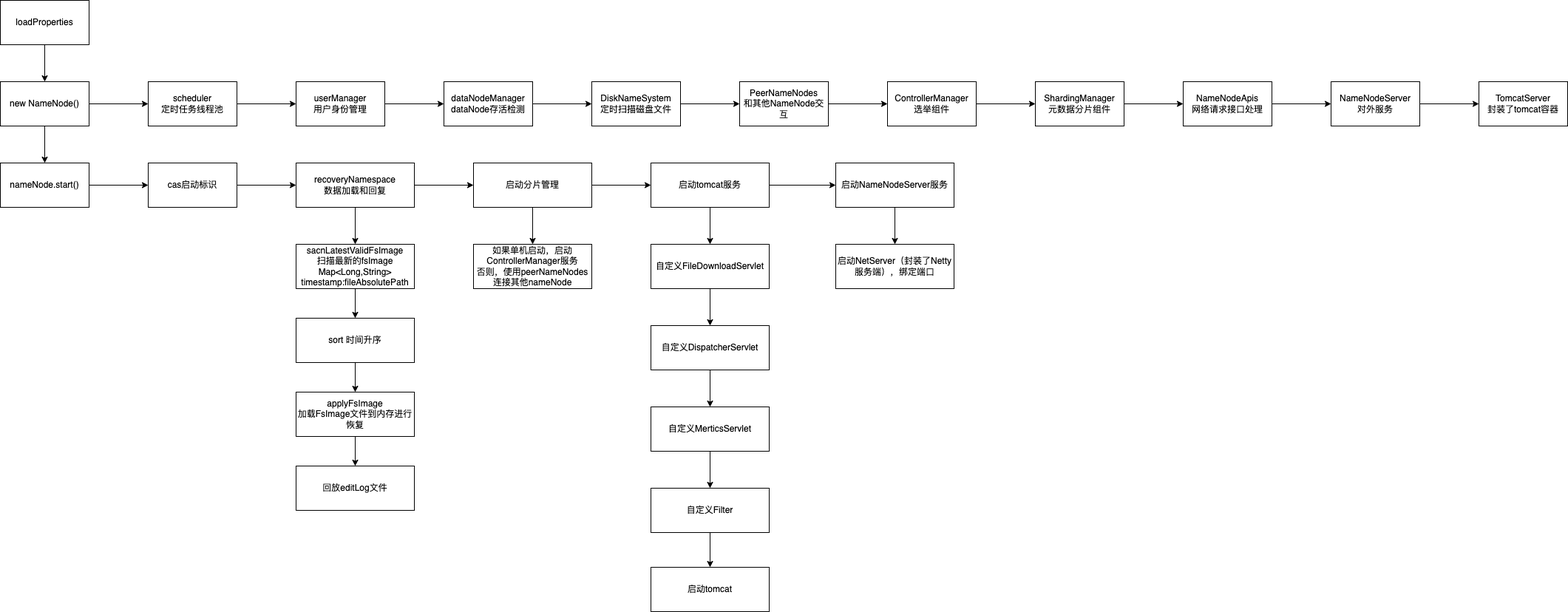
The draw.io diagram md/img/frame/spring-beanFactory.drawio.png in liufeng82012016/liufeng.github.io, before a commit. Source tidied: cells renumbered, new cells last; positions are measured from the earlier drawing's top-left corner, leaving out a move shared by most shapes. Source of this version:
```xml
<mxGraphModel>
  <root>
    <mxCell id="0" />
    <mxCell id="1" parent="0" />
    <mxCell id="2" value="loadProperties" style="rounded=0;whiteSpace=wrap;html=1;" parent="1" vertex="1">
      <mxGeometry width="120" height="60" as="geometry" />
    </mxCell>
    <mxCell id="3" value="new NameNode()" style="rounded=0;whiteSpace=wrap;html=1;" parent="1" vertex="1">
      <mxGeometry y="110" width="120" height="60" as="geometry" />
    </mxCell>
    <mxCell id="4" value="nameNode.start()" style="rounded=0;whiteSpace=wrap;html=1;" parent="1" vertex="1">
      <mxGeometry y="220" width="120" height="60" as="geometry" />
    </mxCell>
    <mxCell id="5" value="scheduler&lt;br&gt;定时任务线程池" style="rounded=0;whiteSpace=wrap;html=1;" parent="1" vertex="1">
      <mxGeometry x="200" y="110" width="120" height="60" as="geometry" />
    </mxCell>
    <mxCell id="6" value="userManager&lt;br&gt;用户身份管理" style="rounded=0;whiteSpace=wrap;html=1;" parent="1" vertex="1">
      <mxGeometry x="400" y="110" width="120" height="60" as="geometry" />
    </mxCell>
    <mxCell id="7" style="endArrow=classic;html=1;rounded=0;entryX=0.5;entryY=0;entryDx=0;entryDy=0;exitX=0.5;exitY=1;exitDx=0;exitDy=0;" parent="1" edge="1" source="2" target="3">
      <mxGeometry relative="1" as="geometry" />
    </mxCell>
    <mxCell id="8" style="endArrow=classic;html=1;rounded=0;entryX=0.5;entryY=0;entryDx=0;entryDy=0;exitX=0.5;exitY=1;exitDx=0;exitDy=0;" parent="1" edge="1" source="3" target="4">
      <mxGeometry relative="1" as="geometry" />
    </mxCell>
    <mxCell id="9" style="endArrow=classic;html=1;rounded=0;entryX=0;entryY=0.5;entryDx=0;entryDy=0;exitX=1;exitY=0.5;exitDx=0;exitDy=0;" parent="1" edge="1" source="3" target="5">
      <mxGeometry relative="1" as="geometry" />
    </mxCell>
    <mxCell id="10" style="endArrow=classic;html=1;rounded=0;entryX=0;entryY=0.5;entryDx=0;entryDy=0;" parent="1" edge="1" target="6">
      <mxGeometry relative="1" as="geometry">
        <mxPoint x="320" y="140" as="sourcePoint" />
      </mxGeometry>
    </mxCell>
    <mxCell id="11" value="dataNodeManager&lt;br&gt;dataNode存活检测" style="rounded=0;whiteSpace=wrap;html=1;" parent="1" vertex="1">
      <mxGeometry x="600" y="110" width="120" height="60" as="geometry" />
    </mxCell>
    <mxCell id="12" value="DiskNameSystem&lt;br&gt;定时扫描磁盘文件" style="rounded=0;whiteSpace=wrap;html=1;" parent="1" vertex="1">
      <mxGeometry x="800" y="110" width="120" height="60" as="geometry" />
    </mxCell>
    <mxCell id="13" value="PeerNameNodes&lt;br&gt;和其他NameNode交互" style="rounded=0;whiteSpace=wrap;html=1;" parent="1" vertex="1">
      <mxGeometry x="1000" y="110" width="120" height="60" as="geometry" />
    </mxCell>
    <mxCell id="14" value="ControllerManager&lt;br&gt;选举组件" style="rounded=0;whiteSpace=wrap;html=1;" parent="1" vertex="1">
      <mxGeometry x="1200" y="110" width="120" height="60" as="geometry" />
    </mxCell>
    <mxCell id="15" value="ShardingManager&lt;br&gt;元数据分片组件" style="rounded=0;whiteSpace=wrap;html=1;" parent="1" vertex="1">
      <mxGeometry x="1400" y="110" width="120" height="60" as="geometry" />
    </mxCell>
    <mxCell id="16" value="NameNodeApis&lt;br&gt;网络请求接口处理" style="rounded=0;whiteSpace=wrap;html=1;" parent="1" vertex="1">
      <mxGeometry x="1600" y="110" width="120" height="60" as="geometry" />
    </mxCell>
    <mxCell id="17" value="NameNodeServer&lt;br&gt;对外服务" style="rounded=0;whiteSpace=wrap;html=1;" parent="1" vertex="1">
      <mxGeometry x="1800" y="110" width="120" height="60" as="geometry" />
    </mxCell>
    <mxCell id="18" value="TomcatServer&lt;br&gt;封装了tomcat容器" style="rounded=0;whiteSpace=wrap;html=1;" parent="1" vertex="1">
      <mxGeometry x="2000" y="110" width="120" height="60" as="geometry" />
    </mxCell>
    <mxCell id="19" style="endArrow=classic;html=1;rounded=0;entryX=0;entryY=0.5;entryDx=0;entryDy=0;exitX=1;exitY=0.5;exitDx=0;exitDy=0;" parent="1" edge="1" source="6" target="11">
      <mxGeometry relative="1" as="geometry" />
    </mxCell>
    <mxCell id="20" style="endArrow=classic;html=1;rounded=0;entryX=0;entryY=0.5;entryDx=0;entryDy=0;exitX=1;exitY=0.5;exitDx=0;exitDy=0;" parent="1" edge="1" source="11" target="12">
      <mxGeometry relative="1" as="geometry" />
    </mxCell>
    <mxCell id="21" style="endArrow=classic;html=1;rounded=0;entryX=0;entryY=0.5;entryDx=0;entryDy=0;exitX=1;exitY=0.5;exitDx=0;exitDy=0;" parent="1" edge="1" source="12" target="13">
      <mxGeometry relative="1" as="geometry" />
    </mxCell>
    <mxCell id="22" style="endArrow=classic;html=1;rounded=0;entryX=0;entryY=0.5;entryDx=0;entryDy=0;exitX=1;exitY=0.5;exitDx=0;exitDy=0;" parent="1" edge="1" source="13" target="14">
      <mxGeometry relative="1" as="geometry" />
    </mxCell>
    <mxCell id="23" style="endArrow=classic;html=1;rounded=0;entryX=0;entryY=0.5;entryDx=0;entryDy=0;exitX=1;exitY=0.5;exitDx=0;exitDy=0;" parent="1" edge="1" source="14" target="15">
      <mxGeometry relative="1" as="geometry" />
    </mxCell>
    <mxCell id="24" style="endArrow=classic;html=1;rounded=0;entryX=0;entryY=0.5;entryDx=0;entryDy=0;exitX=1;exitY=0.5;exitDx=0;exitDy=0;" parent="1" edge="1" source="15" target="16">
      <mxGeometry relative="1" as="geometry" />
    </mxCell>
    <mxCell id="25" style="endArrow=classic;html=1;rounded=0;entryX=0;entryY=0.5;entryDx=0;entryDy=0;exitX=1;exitY=0.5;exitDx=0;exitDy=0;" parent="1" edge="1" source="16" target="17">
      <mxGeometry relative="1" as="geometry" />
    </mxCell>
    <mxCell id="26" style="endArrow=classic;html=1;rounded=0;entryX=0;entryY=0.5;entryDx=0;entryDy=0;exitX=1;exitY=0.5;exitDx=0;exitDy=0;" parent="1" edge="1" source="17" target="18">
      <mxGeometry relative="1" as="geometry" />
    </mxCell>
    <mxCell id="27" value="cas启动标识" style="rounded=0;whiteSpace=wrap;html=1;" parent="1" vertex="1">
      <mxGeometry x="200" y="220" width="120" height="60" as="geometry" />
    </mxCell>
    <mxCell id="28" value="recoveryNamespace&lt;br&gt;数据加载和回复" style="rounded=0;whiteSpace=wrap;html=1;" parent="1" vertex="1">
      <mxGeometry x="400" y="220" width="160" height="60" as="geometry" />
    </mxCell>
    <mxCell id="29" value="sort 时间升序" style="rounded=0;whiteSpace=wrap;html=1;" parent="1" vertex="1">
      <mxGeometry x="400" y="430" width="160" height="60" as="geometry" />
    </mxCell>
    <mxCell id="30" value="sacnLatestValidFsImage&lt;br&gt;扫描最新的fsImage&lt;br&gt;Map&amp;lt;Long,String&amp;gt; timestamp:fileAbsolutePath" style="rounded=0;whiteSpace=wrap;html=1;" parent="1" vertex="1">
      <mxGeometry x="400" y="330" width="160" height="60" as="geometry" />
    </mxCell>
    <mxCell id="31" value="applyFsImage&lt;br&gt;加载FsImage文件到内存进行恢复" style="rounded=0;whiteSpace=wrap;html=1;" parent="1" vertex="1">
      <mxGeometry x="400" y="530" width="160" height="60" as="geometry" />
    </mxCell>
    <mxCell id="32" value="回放editLog文件" style="rounded=0;whiteSpace=wrap;html=1;" parent="1" vertex="1">
      <mxGeometry x="400" y="630" width="160" height="60" as="geometry" />
    </mxCell>
    <mxCell id="33" value="启动分片管理" style="rounded=0;whiteSpace=wrap;html=1;" parent="1" vertex="1">
      <mxGeometry x="640" y="220" width="160" height="60" as="geometry" />
    </mxCell>
    <mxCell id="34" value="如果单机启动，启动ControllerManager服务&lt;br&gt;否则，使用peerNameNodes连接其他nameNode" style="rounded=0;whiteSpace=wrap;html=1;" parent="1" vertex="1">
      <mxGeometry x="640" y="330" width="160" height="60" as="geometry" />
    </mxCell>
    <mxCell id="35" value="启动tomcat服务" style="rounded=0;whiteSpace=wrap;html=1;" parent="1" vertex="1">
      <mxGeometry x="880" y="220" width="160" height="60" as="geometry" />
    </mxCell>
    <mxCell id="36" value="启动NameNodeServer服务" style="rounded=0;whiteSpace=wrap;html=1;" parent="1" vertex="1">
      <mxGeometry x="1130" y="220" width="160" height="60" as="geometry" />
    </mxCell>
    <mxCell id="37" value="启动NetServer（封装了Netty服务端），绑定端口" style="rounded=0;whiteSpace=wrap;html=1;" parent="1" vertex="1">
      <mxGeometry x="1130" y="330" width="160" height="60" as="geometry" />
    </mxCell>
    <mxCell id="38" style="endArrow=classic;html=1;rounded=0;entryX=0;entryY=0.5;entryDx=0;entryDy=0;exitX=1;exitY=0.5;exitDx=0;exitDy=0;" parent="1" edge="1" source="4" target="27">
      <mxGeometry relative="1" as="geometry" />
    </mxCell>
    <mxCell id="39" style="endArrow=classic;html=1;rounded=0;entryX=0;entryY=0.5;entryDx=0;entryDy=0;exitX=1;exitY=0.5;exitDx=0;exitDy=0;" parent="1" edge="1" source="27" target="28">
      <mxGeometry relative="1" as="geometry" />
    </mxCell>
    <mxCell id="40" style="endArrow=classic;html=1;rounded=0;entryX=0;entryY=0.5;entryDx=0;entryDy=0;exitX=1;exitY=0.5;exitDx=0;exitDy=0;" parent="1" edge="1" source="28" target="33">
      <mxGeometry relative="1" as="geometry" />
    </mxCell>
    <mxCell id="41" style="endArrow=classic;html=1;rounded=0;entryX=0;entryY=0.5;entryDx=0;entryDy=0;exitX=1;exitY=0.5;exitDx=0;exitDy=0;" parent="1" edge="1" source="33" target="35">
      <mxGeometry relative="1" as="geometry" />
    </mxCell>
    <mxCell id="42" style="endArrow=classic;html=1;rounded=0;entryX=0;entryY=0.5;entryDx=0;entryDy=0;exitX=1;exitY=0.5;exitDx=0;exitDy=0;" parent="1" edge="1" source="35" target="36">
      <mxGeometry relative="1" as="geometry" />
    </mxCell>
    <mxCell id="43" style="endArrow=classic;html=1;rounded=0;entryX=0.5;entryY=0;entryDx=0;entryDy=0;exitX=0.5;exitY=1;exitDx=0;exitDy=0;" parent="1" edge="1" source="36" target="37">
      <mxGeometry relative="1" as="geometry" />
    </mxCell>
    <mxCell id="44" style="endArrow=classic;html=1;rounded=0;entryX=0.5;entryY=0;entryDx=0;entryDy=0;exitX=0.5;exitY=1;exitDx=0;exitDy=0;" parent="1" edge="1" source="28" target="30">
      <mxGeometry relative="1" as="geometry" />
    </mxCell>
    <mxCell id="45" style="endArrow=classic;html=1;rounded=0;entryX=0.5;entryY=0;entryDx=0;entryDy=0;exitX=0.5;exitY=1;exitDx=0;exitDy=0;" parent="1" edge="1" source="30" target="29">
      <mxGeometry relative="1" as="geometry" />
    </mxCell>
    <mxCell id="46" style="endArrow=classic;html=1;rounded=0;entryX=0.5;entryY=0;entryDx=0;entryDy=0;exitX=0.5;exitY=1;exitDx=0;exitDy=0;" parent="1" edge="1" source="29" target="31">
      <mxGeometry relative="1" as="geometry" />
    </mxCell>
    <mxCell id="47" style="endArrow=classic;html=1;rounded=0;entryX=0.5;entryY=0;entryDx=0;entryDy=0;" parent="1" edge="1" target="32">
      <mxGeometry relative="1" as="geometry">
        <mxPoint x="480" y="590" as="sourcePoint" />
      </mxGeometry>
    </mxCell>
    <mxCell id="48" style="endArrow=classic;html=1;rounded=0;entryX=0.5;entryY=0;entryDx=0;entryDy=0;exitX=0.5;exitY=1;exitDx=0;exitDy=0;" parent="1" edge="1" source="33" target="34">
      <mxGeometry relative="1" as="geometry" />
    </mxCell>
    <mxCell id="49" value="自定义FileDownloadServlet" style="rounded=0;whiteSpace=wrap;html=1;" parent="1" vertex="1">
      <mxGeometry x="880" y="330" width="160" height="60" as="geometry" />
    </mxCell>
    <mxCell id="50" value="自定义DispatcherServlet" style="rounded=0;whiteSpace=wrap;html=1;" parent="1" vertex="1">
      <mxGeometry x="880" y="440" width="160" height="60" as="geometry" />
    </mxCell>
    <mxCell id="51" value="自定义MerticsServlet" style="rounded=0;whiteSpace=wrap;html=1;" parent="1" vertex="1">
      <mxGeometry x="880" y="550" width="160" height="60" as="geometry" />
    </mxCell>
    <mxCell id="52" value="自定义Filter" style="rounded=0;whiteSpace=wrap;html=1;" parent="1" vertex="1">
      <mxGeometry x="880" y="660" width="160" height="60" as="geometry" />
    </mxCell>
    <mxCell id="53" value="启动tomcat" style="rounded=0;whiteSpace=wrap;html=1;" parent="1" vertex="1">
      <mxGeometry x="880" y="767" width="160" height="60" as="geometry" />
    </mxCell>
    <mxCell id="54" style="endArrow=classic;html=1;rounded=0;entryX=0.5;entryY=0;entryDx=0;entryDy=0;exitX=0.5;exitY=1;exitDx=0;exitDy=0;" parent="1" edge="1" source="35" target="49">
      <mxGeometry relative="1" as="geometry" />
    </mxCell>
    <mxCell id="55" style="endArrow=classic;html=1;rounded=0;entryX=0.5;entryY=0;entryDx=0;entryDy=0;exitX=0.5;exitY=1;exitDx=0;exitDy=0;" parent="1" edge="1" source="49" target="50">
      <mxGeometry relative="1" as="geometry" />
    </mxCell>
    <mxCell id="56" style="endArrow=classic;html=1;rounded=0;entryX=0.5;entryY=0;entryDx=0;entryDy=0;" parent="1" edge="1" target="51">
      <mxGeometry relative="1" as="geometry">
        <mxPoint x="960" y="500" as="sourcePoint" />
      </mxGeometry>
    </mxCell>
    <mxCell id="57" style="endArrow=classic;html=1;rounded=0;entryX=0.5;entryY=0;entryDx=0;entryDy=0;" parent="1" edge="1" target="52">
      <mxGeometry relative="1" as="geometry">
        <mxPoint x="960" y="610" as="sourcePoint" />
      </mxGeometry>
    </mxCell>
    <mxCell id="58" style="endArrow=classic;html=1;rounded=0;entryX=0.5;entryY=0;entryDx=0;entryDy=0;exitX=0.5;exitY=1;exitDx=0;exitDy=0;" parent="1" edge="1" source="52" target="53">
      <mxGeometry relative="1" as="geometry" />
    </mxCell>
  </root>
</mxGraphModel>
```
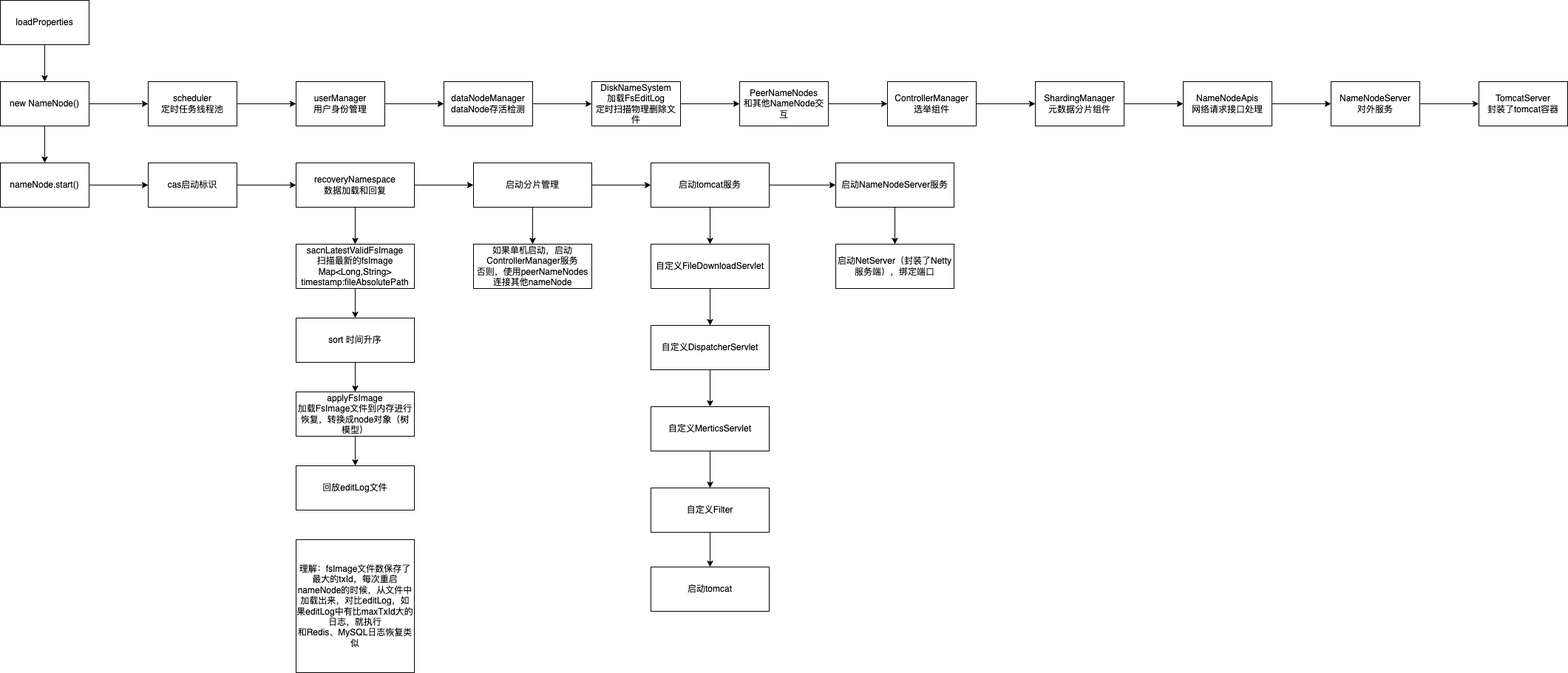
The same diagram one commit later.

What changed in the source:
```diff
@@ -34,7 +34,7 @@
     <mxCell id="11" value="dataNodeManager&lt;br&gt;dataNode存活检测" style="rounded=0;whiteSpace=wrap;html=1;" parent="1" vertex="1">
       <mxGeometry x="600" y="110" width="120" height="60" as="geometry" />
     </mxCell>
-    <mxCell id="12" value="DiskNameSystem&lt;br&gt;定时扫描磁盘文件" style="rounded=0;whiteSpace=wrap;html=1;" parent="1" vertex="1">
+    <mxCell id="12" value="DiskNameSystem&lt;br&gt;加载FsEditLog&lt;br&gt;定时扫描物理删除文件" style="rounded=0;whiteSpace=wrap;html=1;" parent="1" vertex="1">
       <mxGeometry x="800" y="110" width="120" height="60" as="geometry" />
     </mxCell>
     <mxCell id="13" value="PeerNameNodes&lt;br&gt;和其他NameNode交互" style="rounded=0;whiteSpace=wrap;html=1;" parent="1" vertex="1">
@@ -91,7 +91,7 @@
     <mxCell id="30" value="sacnLatestValidFsImage&lt;br&gt;扫描最新的fsImage&lt;br&gt;Map&amp;lt;Long,String&amp;gt; timestamp:fileAbsolutePath" style="rounded=0;whiteSpace=wrap;html=1;" parent="1" vertex="1">
       <mxGeometry x="400" y="330" width="160" height="60" as="geometry" />
     </mxCell>
-    <mxCell id="31" value="applyFsImage&lt;br&gt;加载FsImage文件到内存进行恢复" style="rounded=0;whiteSpace=wrap;html=1;" parent="1" vertex="1">
+    <mxCell id="31" value="applyFsImage&lt;br&gt;加载FsImage文件到内存进行恢复，转换成node对象（树模型）" style="rounded=0;whiteSpace=wrap;html=1;" parent="1" vertex="1">
       <mxGeometry x="400" y="530" width="160" height="60" as="geometry" />
     </mxCell>
     <mxCell id="32" value="回放editLog文件" style="rounded=0;whiteSpace=wrap;html=1;" parent="1" vertex="1">
@@ -181,5 +181,8 @@
     <mxCell id="58" style="endArrow=classic;html=1;rounded=0;entryX=0.5;entryY=0;entryDx=0;entryDy=0;exitX=0.5;exitY=1;exitDx=0;exitDy=0;" parent="1" edge="1" source="52" target="53">
       <mxGeometry relative="1" as="geometry" />
     </mxCell>
+    <mxCell id="59" value="理解：fsImage文件数保存了最大的txId，每次重启nameNode的时候，从文件中加载出来，对比editLog，如果editLog中有比maxTxId大的日志，就执行&lt;br&gt;和Redis、MySQL日志恢复类似" style="rounded=0;whiteSpace=wrap;html=1;" parent="1" vertex="1">
+      <mxGeometry x="400" y="730" width="160" height="180" as="geometry" />
+    </mxCell>
   </root>
 </mxGraphModel>
```
